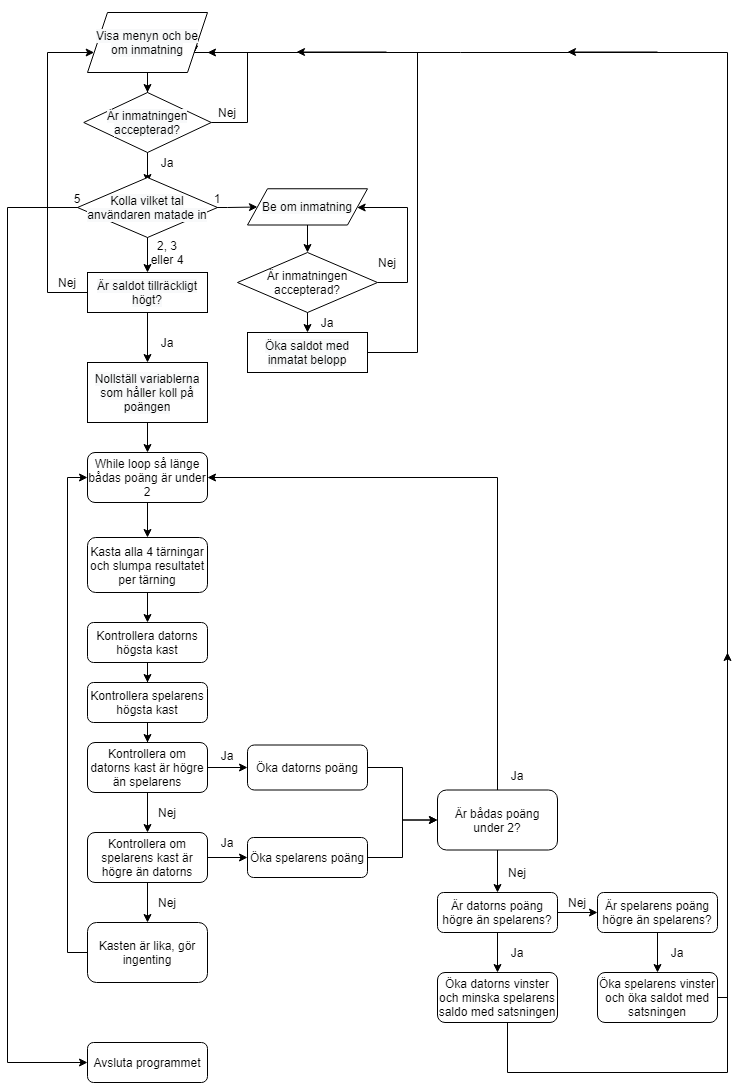
Before: Inlämningsuppgift 1/Flödesdiagram.png, a diagram exported from draw.io (Sam-mariehamn/IT120G). Source tidied: cells renumbered, new cells last; positions are measured from the earlier drawing's top-left corner, leaving out a move shared by most shapes.
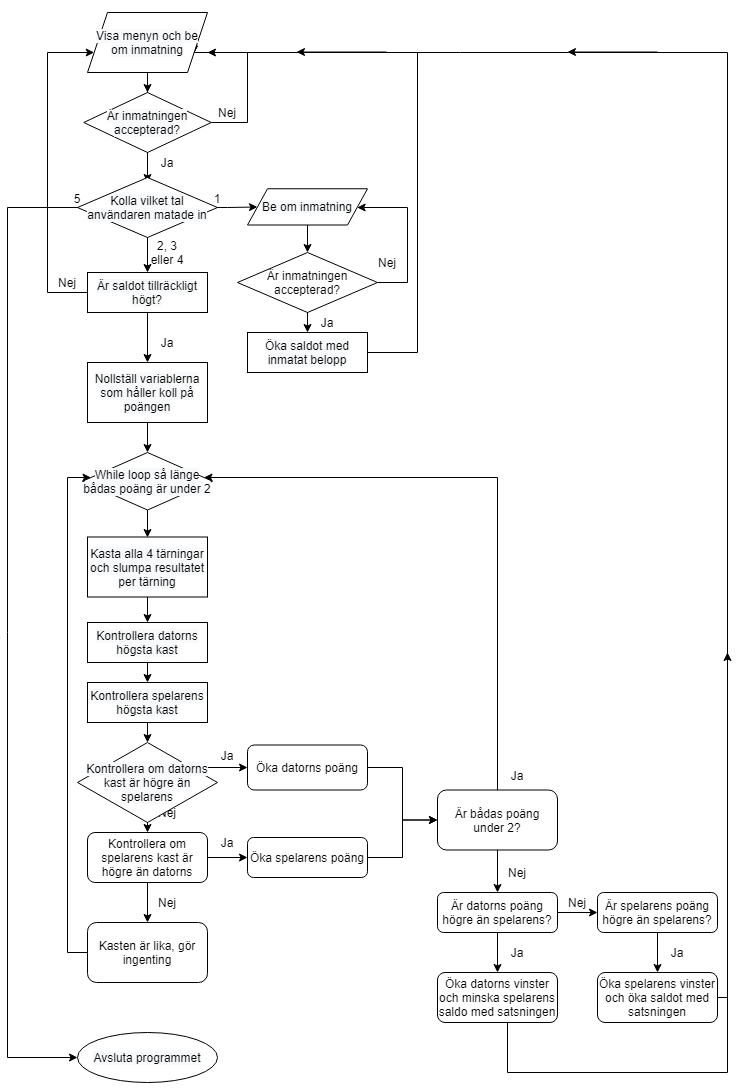
Later version of the same file.

Change to the diagram source:
```diff
@@ -39,7 +39,7 @@
         <mxPoint x="80" y="195" as="sourcePoint" />
         <Array as="points">
           <mxPoint y="195" />
-          <mxPoint y="1050" />
+          <mxPoint y="1045" />
         </Array>
       </mxGeometry>
     </mxCell>
@@ -102,47 +102,43 @@
     <mxCell id="19" value="Nej" style="text;html=1;strokeColor=none;fillColor=none;align=center;verticalAlign=middle;whiteSpace=wrap;rounded=0;" parent="1" vertex="1">
       <mxGeometry x="40" y="260" width="40" height="20" as="geometry" />
     </mxCell>
-    <mxCell id="20" style="edgeStyle=orthogonalEdgeStyle;rounded=0;jettySize=auto;html=1;" parent="1" edge="1" target="23">
-      <mxGeometry relative="1" as="geometry">
-        <mxPoint x="140" y="400" as="sourcePoint" />
-      </mxGeometry>
-    </mxCell>
     <mxCell id="21" value="Ja" style="text;html=1;strokeColor=none;fillColor=none;align=center;verticalAlign=middle;whiteSpace=wrap;rounded=0;" parent="1" vertex="1">
       <mxGeometry x="140" y="320" width="40" height="20" as="geometry" />
     </mxCell>
-    <mxCell id="22" style="edgeStyle=orthogonalEdgeStyle;rounded=0;jettySize=auto;html=1;" parent="1" edge="1" source="23" target="25">
-      <mxGeometry relative="1" as="geometry" />
+    <mxCell id="22" style="edgeStyle=orthogonalEdgeStyle;rounded=0;orthogonalLoop=1;jettySize=auto;html=1;" parent="1" edge="1">
+      <mxGeometry relative="1" as="geometry">
+        <mxPoint x="145" y="490" as="sourcePoint" />
+        <mxPoint x="140" y="525" as="targetPoint" />
+      </mxGeometry>
     </mxCell>
-    <mxCell id="23" value="While loop så länge bådas poäng är under 2" style="whiteSpace=wrap;html=1;rounded=1;" parent="1" vertex="1">
-      <mxGeometry x="80" y="440" width="120" height="50" as="geometry" />
-    </mxCell>
-    <mxCell id="24" style="edgeStyle=orthogonalEdgeStyle;rounded=0;jettySize=auto;html=1;" parent="1" edge="1" source="25" target="27">
-      <mxGeometry relative="1" as="geometry" />
+    <mxCell id="24" style="edgeStyle=orthogonalEdgeStyle;rounded=0;orthogonalLoop=1;jettySize=auto;html=1;" parent="1" edge="1">
+      <mxGeometry relative="1" as="geometry">
+        <mxPoint x="140" y="580" as="sourcePoint" />
+        <mxPoint x="140" y="610" as="targetPoint" />
+      </mxGeometry>
     </mxCell>
-    <mxCell id="25" value="Kasta alla 4 tärningar och slumpa resultatet per tärning" style="whiteSpace=wrap;html=1;rounded=1;" parent="1" vertex="1">
-      <mxGeometry x="80" y="525" width="120" height="55" as="geometry" />
-    </mxCell>
-    <mxCell id="26" style="edgeStyle=orthogonalEdgeStyle;rounded=0;jettySize=auto;html=1;" parent="1" edge="1" source="27" target="29">
-      <mxGeometry relative="1" as="geometry" />
+    <mxCell id="26" style="edgeStyle=orthogonalEdgeStyle;rounded=0;orthogonalLoop=1;jettySize=auto;html=1;" parent="1" edge="1">
+      <mxGeometry relative="1" as="geometry">
+        <mxPoint x="140" y="650" as="sourcePoint" />
+        <mxPoint x="140" y="670" as="targetPoint" />
+      </mxGeometry>
     </mxCell>
-    <mxCell id="27" value="Kontrollera datorns högsta kast" style="whiteSpace=wrap;html=1;rounded=1;" parent="1" vertex="1">
-      <mxGeometry x="80" y="610" width="120" height="40" as="geometry" />
-    </mxCell>
-    <mxCell id="28" style="edgeStyle=orthogonalEdgeStyle;rounded=0;jettySize=auto;html=1;" parent="1" edge="1" source="29" target="32">
-      <mxGeometry relative="1" as="geometry" />
+    <mxCell id="28" style="edgeStyle=orthogonalEdgeStyle;rounded=0;orthogonalLoop=1;jettySize=auto;html=1;" parent="1" edge="1">
+      <mxGeometry relative="1" as="geometry">
+        <mxPoint x="140" y="710" as="sourcePoint" />
+        <mxPoint x="140" y="730" as="targetPoint" />
+      </mxGeometry>
     </mxCell>
-    <mxCell id="29" value="Kontrollera spelarens högsta kast" style="whiteSpace=wrap;html=1;rounded=1;" parent="1" vertex="1">
-      <mxGeometry x="80" y="670" width="120" height="40" as="geometry" />
-    </mxCell>
-    <mxCell id="30" style="edgeStyle=orthogonalEdgeStyle;rounded=0;jettySize=auto;html=1;" parent="1" edge="1" source="32" target="35">
-      <mxGeometry relative="1" as="geometry" />
+    <mxCell id="30" style="edgeStyle=orthogonalEdgeStyle;rounded=0;jettySize=auto;html=1;" parent="1" edge="1" target="35">
+      <mxGeometry relative="1" as="geometry">
+        <mxPoint x="140" y="780" as="sourcePoint" />
+      </mxGeometry>
     </mxCell>
-    <mxCell id="31" style="edgeStyle=orthogonalEdgeStyle;rounded=0;jettySize=auto;html=1;" parent="1" edge="1" source="32" target="37">
-      <mxGeometry relative="1" as="geometry" />
+    <mxCell id="31" style="edgeStyle=orthogonalEdgeStyle;rounded=0;jettySize=auto;html=1;" parent="1" edge="1" target="37">
+      <mxGeometry relative="1" as="geometry">
+        <mxPoint x="200" y="755" as="sourcePoint" />
+      </mxGeometry>
     </mxCell>
-    <mxCell id="32" value="Kontrollera om datorns kast är högre än spelarens" style="whiteSpace=wrap;html=1;rounded=1;" parent="1" vertex="1">
-      <mxGeometry x="80" y="730" width="120" height="50" as="geometry" />
-    </mxCell>
     <mxCell id="33" style="edgeStyle=orthogonalEdgeStyle;rounded=0;jettySize=auto;html=1;" parent="1" edge="1" source="35" target="40">
       <mxGeometry relative="1" as="geometry" />
     </mxCell>
@@ -170,7 +166,7 @@
     <mxCell id="41" value="Ja" style="text;html=1;strokeColor=none;fillColor=none;align=center;verticalAlign=middle;whiteSpace=wrap;rounded=0;" parent="1" vertex="1">
       <mxGeometry x="200" y="820" width="40" height="20" as="geometry" />
     </mxCell>
-    <mxCell id="42" style="edgeStyle=orthogonalEdgeStyle;rounded=0;jettySize=auto;html=1;entryX=0;entryY=0.5;entryDx=0;entryDy=0;" parent="1" edge="1" source="43" target="23">
+    <mxCell id="42" style="edgeStyle=orthogonalEdgeStyle;rounded=0;jettySize=auto;html=1;" parent="1" edge="1" source="43" target="23">
       <mxGeometry relative="1" as="geometry">
         <Array as="points">
           <mxPoint x="60" y="940" />
@@ -187,7 +183,7 @@
     <mxCell id="45" value="Nej" style="text;html=1;strokeColor=none;fillColor=none;align=center;verticalAlign=middle;whiteSpace=wrap;rounded=0;" parent="1" vertex="1">
       <mxGeometry x="140" y="880" width="40" height="20" as="geometry" />
     </mxCell>
-    <mxCell id="46" style="edgeStyle=orthogonalEdgeStyle;rounded=0;jettySize=auto;html=1;entryX=1;entryY=0.5;entryDx=0;entryDy=0;" parent="1" edge="1" source="48" target="23">
+    <mxCell id="46" style="edgeStyle=orthogonalEdgeStyle;rounded=0;jettySize=auto;html=1;" parent="1" edge="1" source="48" target="23">
       <mxGeometry relative="1" as="geometry">
         <Array as="points">
           <mxPoint x="490" y="465" />
@@ -226,9 +222,6 @@
     <mxCell id="55" value="Öka datorns vinster och minska spelarens saldo med satsningen" style="whiteSpace=wrap;html=1;rounded=1;" parent="1" vertex="1">
       <mxGeometry x="430" y="960" width="120" height="50" as="geometry" />
     </mxCell>
-    <mxCell id="56" value="Avsluta programmet" style="whiteSpace=wrap;html=1;rounded=1;" parent="1" vertex="1">
-      <mxGeometry x="80" y="1030" width="120" height="40" as="geometry" />
-    </mxCell>
     <mxCell id="57" value="5" style="text;html=1;strokeColor=none;fillColor=none;align=center;verticalAlign=middle;whiteSpace=wrap;rounded=0;" parent="1" vertex="1">
       <mxGeometry x="60" y="176.2" width="20" height="20" as="geometry" />
     </mxCell>
@@ -298,8 +291,29 @@
     <mxCell id="75" value="&#10;&#10;&lt;span style=&quot;color: rgb(0, 0, 0); font-family: helvetica; font-size: 12px; font-style: normal; font-weight: 400; letter-spacing: normal; text-align: center; text-indent: 0px; text-transform: none; word-spacing: 0px; background-color: rgb(248, 249, 250); display: inline; float: none;&quot;&gt;Är saldot tillräckligt högt?&lt;/span&gt;&#10;&#10;" style="rounded=0;whiteSpace=wrap;html=1;" parent="1" vertex="1">
       <mxGeometry x="80" y="260" width="120" height="40" as="geometry" />
     </mxCell>
+    <mxCell id="77" style="edgeStyle=orthogonalEdgeStyle;rounded=0;jettySize=auto;html=1;" parent="1" edge="1" source="76" target="23">
+      <mxGeometry relative="1" as="geometry" />
+    </mxCell>
     <mxCell id="76" value="&#10;&#10;&lt;span style=&quot;color: rgb(0, 0, 0); font-family: helvetica; font-size: 12px; font-style: normal; font-weight: 400; letter-spacing: normal; text-align: center; text-indent: 0px; text-transform: none; word-spacing: 0px; background-color: rgb(248, 249, 250); display: inline; float: none;&quot;&gt;Nollställ variablerna som håller koll på poängen&lt;/span&gt;&#10;&#10;" style="rounded=0;whiteSpace=wrap;html=1;" parent="1" vertex="1">
       <mxGeometry x="80" y="350" width="120" height="60" as="geometry" />
     </mxCell>
+    <mxCell id="23" value="&#10;&#10;&lt;span style=&quot;color: rgb(0, 0, 0); font-family: helvetica; font-size: 12px; font-style: normal; font-weight: 400; letter-spacing: normal; text-align: center; text-indent: 0px; text-transform: none; word-spacing: 0px; background-color: rgb(248, 249, 250); display: inline; float: none;&quot;&gt;While loop så länge bådas poäng är under 2&lt;/span&gt;&#10;&#10;" style="rhombus;whiteSpace=wrap;html=1;" parent="1" vertex="1">
+      <mxGeometry x="75" y="440" width="130" height="57.5" as="geometry" />
+    </mxCell>
+    <mxCell id="25" value="&#10;&#10;&lt;span style=&quot;color: rgb(0, 0, 0); font-family: helvetica; font-size: 12px; font-style: normal; font-weight: 400; letter-spacing: normal; text-align: center; text-indent: 0px; text-transform: none; word-spacing: 0px; background-color: rgb(248, 249, 250); display: inline; float: none;&quot;&gt;Kasta alla 4 tärningar och slumpa resultatet per tärning&lt;/span&gt;&#10;&#10;" style="rounded=0;whiteSpace=wrap;html=1;" parent="1" vertex="1">
+      <mxGeometry x="80" y="524.5" width="120" height="60" as="geometry" />
+    </mxCell>
+    <mxCell id="27" value="&#10;&#10;&lt;span style=&quot;color: rgb(0, 0, 0); font-family: helvetica; font-size: 12px; font-style: normal; font-weight: 400; letter-spacing: normal; text-align: center; text-indent: 0px; text-transform: none; word-spacing: 0px; background-color: rgb(248, 249, 250); display: inline; float: none;&quot;&gt;Kontrollera datorns högsta kast&lt;/span&gt;&#10;&#10;" style="rounded=0;whiteSpace=wrap;html=1;" parent="1" vertex="1">
+      <mxGeometry x="80" y="610" width="120" height="40" as="geometry" />
+    </mxCell>
+    <mxCell id="29" value="&#10;&#10;&lt;span style=&quot;color: rgb(0, 0, 0); font-family: helvetica; font-size: 12px; font-style: normal; font-weight: 400; letter-spacing: normal; text-align: center; text-indent: 0px; text-transform: none; word-spacing: 0px; background-color: rgb(248, 249, 250); display: inline; float: none;&quot;&gt;Kontrollera spelarens högsta kast&lt;/span&gt;&#10;&#10;" style="rounded=0;whiteSpace=wrap;html=1;" parent="1" vertex="1">
+      <mxGeometry x="80" y="670" width="120" height="40" as="geometry" />
+    </mxCell>
+    <mxCell id="32" value="&#10;&#10;&lt;span style=&quot;color: rgb(0, 0, 0); font-family: helvetica; font-size: 12px; font-style: normal; font-weight: 400; letter-spacing: normal; text-align: center; text-indent: 0px; text-transform: none; word-spacing: 0px; background-color: rgb(248, 249, 250); display: inline; float: none;&quot;&gt;Kontrollera om datorns kast är högre än spelarens&lt;/span&gt;&#10;&#10;" style="rhombus;whiteSpace=wrap;html=1;" parent="1" vertex="1">
+      <mxGeometry x="70" y="730" width="140" height="80" as="geometry" />
+    </mxCell>
+    <mxCell id="56" value="&#10;&#10;&lt;span style=&quot;color: rgb(0, 0, 0); font-family: helvetica; font-size: 12px; font-style: normal; font-weight: 400; letter-spacing: normal; text-align: center; text-indent: 0px; text-transform: none; word-spacing: 0px; background-color: rgb(248, 249, 250); display: inline; float: none;&quot;&gt;Avsluta programmet&lt;/span&gt;&#10;&#10;" style="ellipse;whiteSpace=wrap;html=1;" parent="1" vertex="1">
+      <mxGeometry x="70" y="1020" width="140" height="50" as="geometry" />
+    </mxCell>
   </root>
 </mxGraphModel>
```
